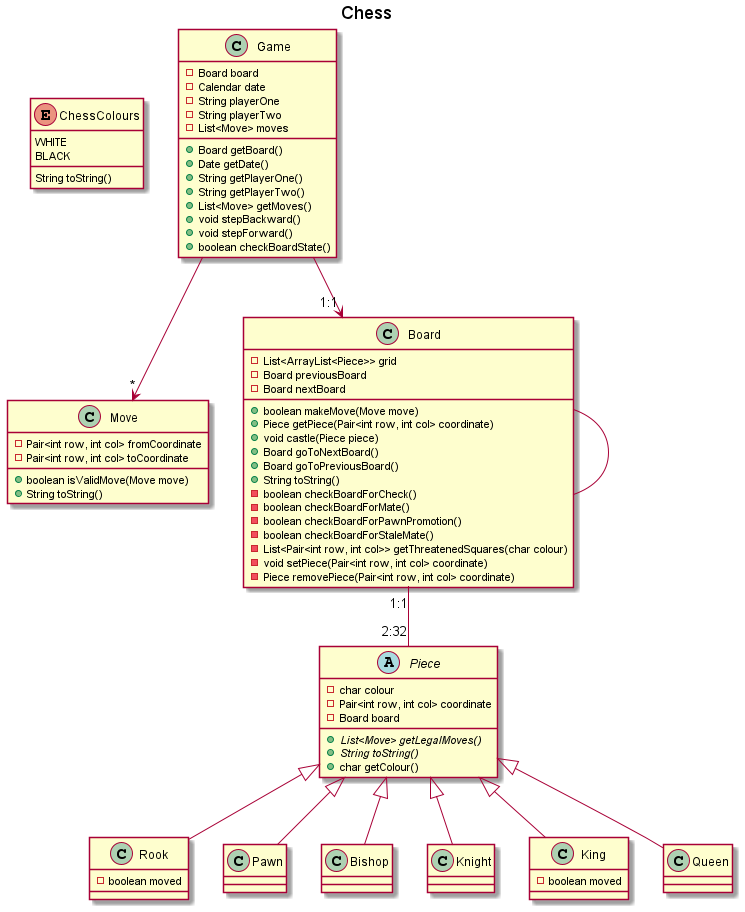
Earlier version of the PlantUML export out/Project UML/Chess.png (thorsjur/tdt4100-project).
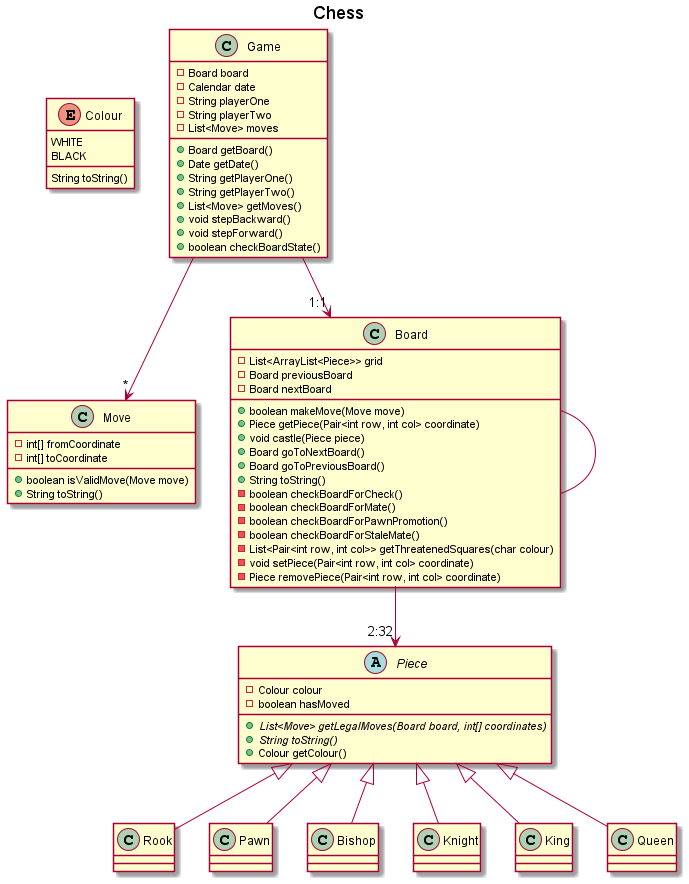
After the change.

The edit, as a diff of the source:
```diff
@@ -2,15 +2,15 @@
 title Chess
 
 
-enum ChessColours {
+enum Colour {
     WHITE
     BLACK
     String toString()
 }
 
 class Move {
-    -Pair<int row, int col> fromCoordinate
-    -Pair<int row, int col> toCoordinate
+    -int[] fromCoordinate
+    -int[] toCoordinate
     +boolean isValidMove(Move move)
     +String toString()
 
@@ -55,17 +55,15 @@
 }
 
 abstract class Piece {
-    -char colour
-    -Pair<int row, int col> coordinate
-    -Board board
-    + {abstract} List<Move> getLegalMoves()
+    -Colour colour
+    -boolean hasMoved
+    + {abstract} List<Move> getLegalMoves(Board board, int[] coordinates)
     + {abstract} String toString()
-    +char getColour()
+    +Colour getColour()
 
 }
 
 class Rook extends Piece {
-    -boolean moved
 }
 
 class Pawn extends Piece {
@@ -81,7 +79,7 @@
 }
 
 class King extends Piece {
-    -boolean moved
+
 }
 
 class Queen extends Piece {
@@ -90,7 +88,7 @@
 
 Game --> "*" Move
 Game --> "1:1" Board
-Board "1:1"  -- "2:32" Piece
+Board  --> "2:32" Piece
 Board -- Board
 
 
```
